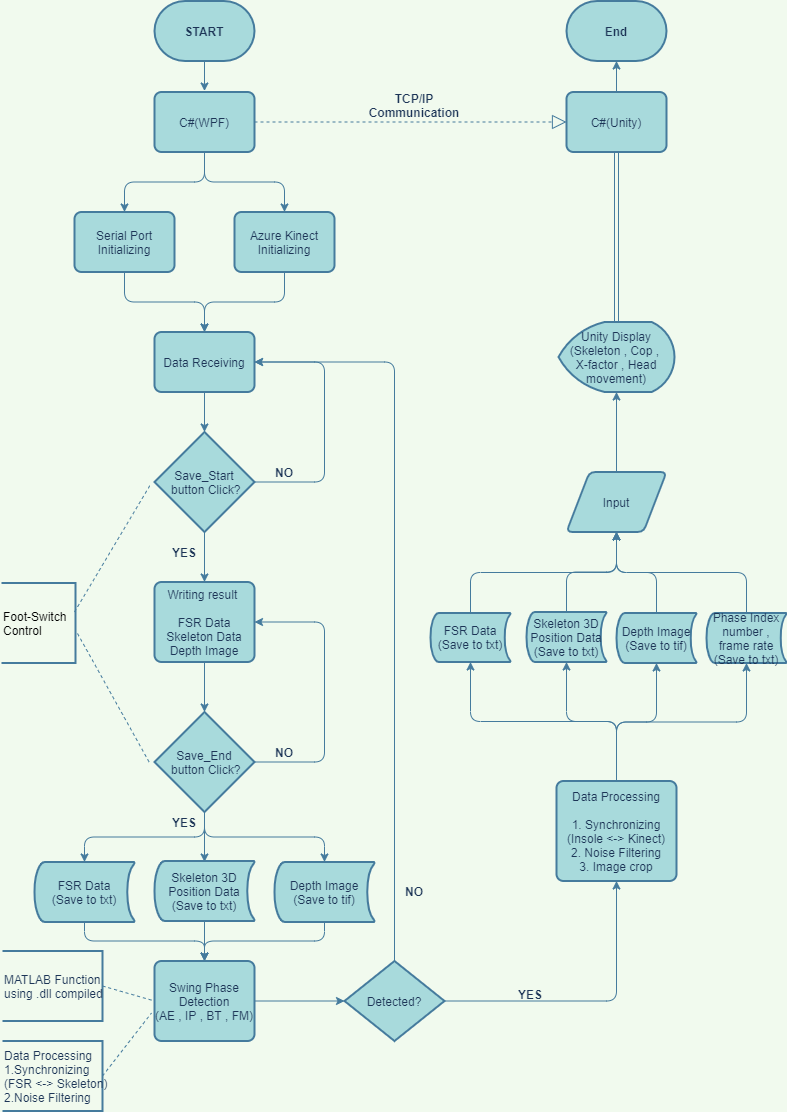
Above: Flowchart.png in Baek-jongwon/Golf-Swing-Analysis (draw.io), before the change. Source tidied: cells renumbered, new cells last; positions are measured from the earlier drawing's top-left corner, leaving out a move shared by most shapes.
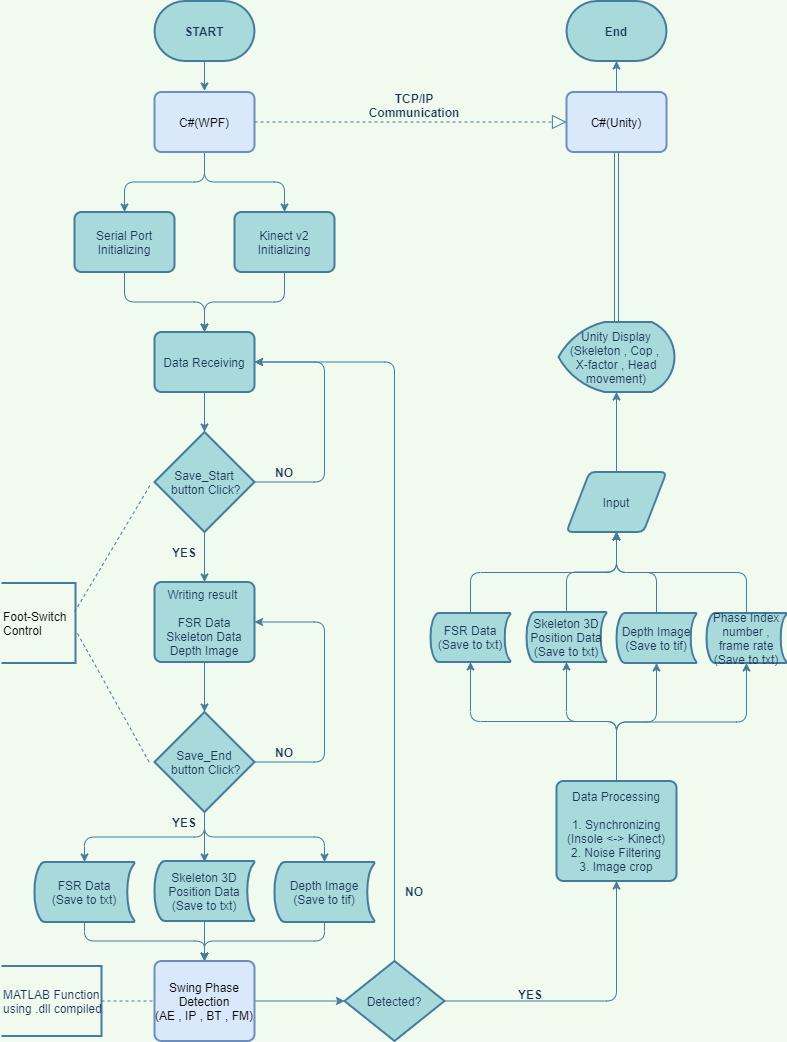
After the change.

Diff of the diagram source:
```diff
@@ -8,7 +8,7 @@
     <mxCell id="3" style="edgeStyle=orthogonalEdgeStyle;curved=0;rounded=1;sketch=0;jettySize=auto;exitX=0.5;exitY=1;exitDx=0;exitDy=0;entryX=0.5;entryY=0;entryDx=0;entryDy=0;strokeColor=#457B9D;fillColor=#A8DADC;fontColor=#1D3557;labelBackgroundColor=#F1FAEE;spacing=2;" parent="1" edge="1" source="4" target="12">
       <mxGeometry relative="1" as="geometry" />
     </mxCell>
-    <mxCell id="4" value="C#(WPF)" style="rounded=1;whiteSpace=wrap;absoluteArcSize=1;arcSize=14;strokeWidth=2;fillColor=#A8DADC;strokeColor=#457B9D;fontColor=#1D3557;spacing=2;" parent="1" vertex="1">
+    <mxCell id="4" value="C#(WPF)" style="rounded=1;whiteSpace=wrap;absoluteArcSize=1;arcSize=14;strokeWidth=2;fillColor=#dae8fc;strokeColor=#6c8ebf;spacing=2;" parent="1" vertex="1">
       <mxGeometry x="153" y="91.5" width="100" height="60" as="geometry" />
     </mxCell>
     <mxCell id="5" style="edgeStyle=orthogonalEdgeStyle;curved=0;rounded=1;sketch=0;jettySize=auto;exitX=0.5;exitY=1;exitDx=0;exitDy=0;exitPerimeter=0;strokeColor=#457B9D;fillColor=#A8DADC;fontColor=#1D3557;labelBackgroundColor=#F1FAEE;spacing=2;" parent="1" edge="1" source="6">
@@ -34,7 +34,7 @@
     <mxCell id="11" style="edgeStyle=orthogonalEdgeStyle;curved=0;rounded=1;sketch=0;jettySize=auto;exitX=0.5;exitY=1;exitDx=0;exitDy=0;entryX=0.5;entryY=0;entryDx=0;entryDy=0;strokeColor=#457B9D;fillColor=#A8DADC;fontColor=#1D3557;labelBackgroundColor=#F1FAEE;spacing=2;" parent="1" edge="1" source="12" target="14">
       <mxGeometry relative="1" as="geometry" />
     </mxCell>
-    <mxCell id="12" value="Azure Kinect&#10;Initializing" style="rounded=1;whiteSpace=wrap;absoluteArcSize=1;arcSize=14;strokeWidth=2;sketch=0;fillColor=#A8DADC;fontColor=#1D3557;strokeColor=#457B9D;spacing=2;" parent="1" vertex="1">
+    <mxCell id="12" value="Kinect v2&#10;Initializing" style="rounded=1;whiteSpace=wrap;absoluteArcSize=1;arcSize=14;strokeWidth=2;sketch=0;fillColor=#A8DADC;fontColor=#1D3557;strokeColor=#457B9D;spacing=2;" parent="1" vertex="1">
       <mxGeometry x="233" y="211.5" width="100" height="60" as="geometry" />
     </mxCell>
     <mxCell id="13" style="edgeStyle=orthogonalEdgeStyle;curved=0;rounded=1;sketch=0;jettySize=auto;exitX=0.5;exitY=1;exitDx=0;exitDy=0;entryX=0.5;entryY=0;entryDx=0;entryDy=0;entryPerimeter=0;strokeColor=#457B9D;fillColor=#A8DADC;fontColor=#1D3557;labelBackgroundColor=#F1FAEE;spacing=2;" parent="1" edge="1" source="14" target="17">
@@ -103,14 +103,14 @@
     <mxCell id="28" style="edgeStyle=orthogonalEdgeStyle;curved=0;rounded=1;sketch=0;jettySize=auto;html=0;exitX=0.5;exitY=0;exitDx=0;exitDy=0;entryX=0.5;entryY=1;entryDx=0;entryDy=0;entryPerimeter=0;strokeColor=#457B9D;fillColor=#A8DADC;fontColor=#1D3557;" parent="1" edge="1" source="29" target="65">
       <mxGeometry relative="1" as="geometry" />
     </mxCell>
-    <mxCell id="29" value="C#(Unity)" style="rounded=1;whiteSpace=wrap;absoluteArcSize=1;arcSize=14;strokeWidth=2;fillColor=#A8DADC;strokeColor=#457B9D;fontColor=#1D3557;spacing=2;" parent="1" vertex="1">
+    <mxCell id="29" value="C#(Unity)" style="rounded=1;whiteSpace=wrap;absoluteArcSize=1;arcSize=14;strokeWidth=2;fillColor=#dae8fc;strokeColor=#6c8ebf;spacing=2;" parent="1" vertex="1">
       <mxGeometry x="565" y="91.5" width="100" height="60" as="geometry" />
     </mxCell>
     <mxCell id="30" value="YES" style="text;strokeColor=none;fillColor=none;align=center;verticalAlign=middle;whiteSpace=wrap;rounded=0;sketch=0;fontColor=#1D3557;fontStyle=1;spacing=2;" parent="1" vertex="1">
       <mxGeometry x="163" y="811.5" width="40" height="20" as="geometry" />
     </mxCell>
     <mxCell id="31" value="MATLAB Function &#10;using .dll compiled" style="strokeWidth=2;shape=mxgraph.flowchart.annotation_1;align=left;rounded=0;sketch=0;fillColor=#A8DADC;fontColor=#1D3557;strokeColor=#457B9D;spacing=2;direction=west;" parent="1" vertex="1">
-      <mxGeometry x="1" y="950.5" width="100" height="70" as="geometry" />
+      <mxGeometry y="965.5" width="100" height="70" as="geometry" />
     </mxCell>
     <mxCell id="32" style="endArrow=none;dashed=1;strokeColor=#457B9D;fillColor=#A8DADC;fontColor=#1D3557;labelBackgroundColor=#F1FAEE;spacing=2;entryX=0;entryY=0.5;entryDx=0;entryDy=0;exitX=0;exitY=0.5;exitDx=0;exitDy=0;exitPerimeter=0;" parent="1" edge="1" source="31" target="34">
       <mxGeometry relative="1" as="geometry" />
@@ -120,7 +120,7 @@
         <mxPoint x="343" y="1000.5" as="targetPoint" />
       </mxGeometry>
     </mxCell>
-    <mxCell id="34" value="Swing Phase Detection&#10;(AE , IP , BT , FM)" style="rounded=1;whiteSpace=wrap;absoluteArcSize=1;arcSize=14;strokeWidth=2;sketch=0;fillColor=#A8DADC;fontColor=#1D3557;strokeColor=#457B9D;spacing=2;" parent="1" vertex="1">
+    <mxCell id="34" value="Swing Phase Detection&#10;(AE , IP , BT , FM)" style="rounded=1;whiteSpace=wrap;absoluteArcSize=1;arcSize=14;strokeWidth=2;sketch=0;fillColor=#dae8fc;strokeColor=#6c8ebf;spacing=2;" parent="1" vertex="1">
       <mxGeometry x="153" y="960.5" width="100" height="80" as="geometry" />
     </mxCell>
     <mxCell id="35" style="edgeStyle=orthogonalEdgeStyle;curved=0;rounded=1;sketch=0;jettySize=auto;html=0;exitX=1;exitY=0.5;exitDx=0;exitDy=0;exitPerimeter=0;strokeColor=#457B9D;fillColor=#A8DADC;fontColor=#1D3557;" parent="1" edge="1" source="37" target="60">
@@ -175,12 +175,6 @@
     <mxCell id="47" value="&lt;span&gt;FSR Data&lt;/span&gt;&lt;br style=&quot;padding: 0px ; margin: 0px&quot;&gt;&lt;span&gt;(Save to txt)&lt;/span&gt;" style="strokeWidth=2;html=1;shape=mxgraph.flowchart.stored_data;whiteSpace=wrap;rounded=0;sketch=0;fillColor=#A8DADC;fontColor=#1D3557;strokeColor=#457B9D;" parent="1" vertex="1">
       <mxGeometry x="429" y="612.5" width="80" height="49" as="geometry" />
     </mxCell>
-    <mxCell id="48" value="Data Processing&#10;1.Synchronizing&#10;(FSR &lt;-&gt; Skeleton)&#10;2.Noise Filtering" style="strokeWidth=2;shape=mxgraph.flowchart.annotation_1;align=left;rounded=0;sketch=0;fillColor=#A8DADC;fontColor=#1D3557;strokeColor=#457B9D;spacing=2;direction=west;" parent="1" vertex="1">
-      <mxGeometry x="1" y="1040.5" width="100" height="70" as="geometry" />
-    </mxCell>
-    <mxCell id="49" style="endArrow=none;dashed=1;strokeColor=#457B9D;fillColor=#A8DADC;fontColor=#1D3557;labelBackgroundColor=#F1FAEE;spacing=2;entryX=-0.03;entryY=0.65;entryDx=0;entryDy=0;exitX=0;exitY=0.5;exitDx=0;exitDy=0;exitPerimeter=0;entryPerimeter=0;" parent="1" edge="1" source="48" target="34">
-      <mxGeometry relative="1" as="geometry" />
-    </mxCell>
     <mxCell id="50" style="edgeStyle=orthogonalEdgeStyle;curved=0;rounded=1;sketch=0;jettySize=auto;html=0;exitX=0.5;exitY=0;exitDx=0;exitDy=0;exitPerimeter=0;entryX=0.5;entryY=1;entryDx=0;entryDy=0;strokeColor=#457B9D;fillColor=#A8DADC;fontColor=#1D3557;" parent="1" edge="1" source="51" target="62">
       <mxGeometry relative="1" as="geometry" />
     </mxCell>
```
